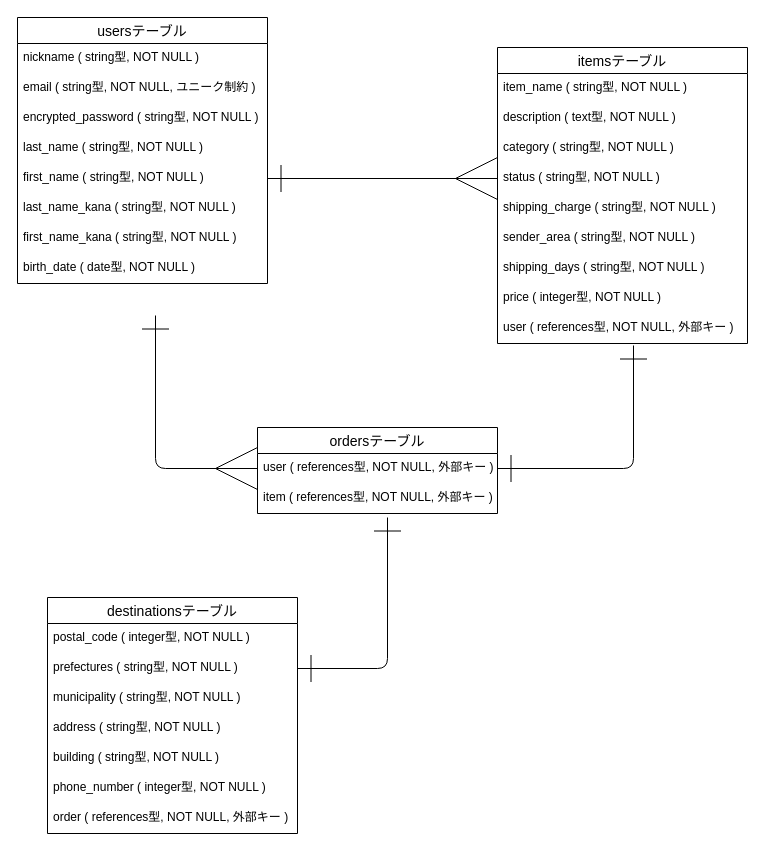
Earlier version of the draw.io diagram ER.dio (shero37/furima-38746). Source tidied: cells renumbered, new cells numbered last; positions are measured from the earlier drawing's top-left corner, leaving out a move shared by most shapes. Both pictures are drawn from the tidied source at 100%, with x=0, y=0 at pixel (17, 17).
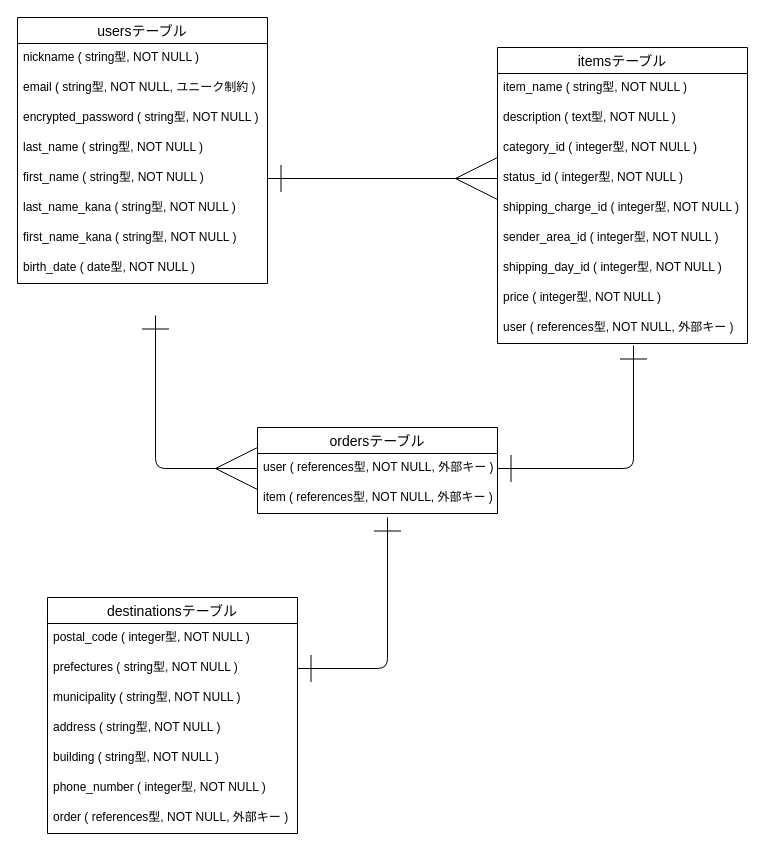
The same page after the edit.

Commit message (it also covers changes not shown here):
active_hashを使用するカラムの修正

The change refers to these unchanged cells:
```xml
<mxCell id="11" value="itemsテーブル" style="swimlane;fontStyle=0;horizontal=1;startSize=26;align=center;fontSize=14;swimlaneFillColor=default;" parent="1" vertex="1">
  <mxGeometry x="480" y="30" width="250" height="296" as="geometry" />
</mxCell>
```

What changed in the source:
```diff
@@
-    <mxCell id="14" value="category ( string型, NOT NULL )" style="text;strokeColor=none;fillColor=none;spacingLeft=4;spacingRight=4;overflow=hidden;fontSize=12;" parent="11" vertex="1">
+    <mxCell id="14" value="category_id ( integer型, NOT NULL )" style="text;strokeColor=none;fillColor=none;spacingLeft=4;spacingRight=4;overflow=hidden;fontSize=12;" parent="11" vertex="1">
       <mxGeometry y="86" width="250" height="30" as="geometry" />
     </mxCell>
-    <mxCell id="15" value="status ( string型, NOT NULL )" style="text;strokeColor=none;fillColor=none;spacingLeft=4;spacingRight=4;overflow=hidden;points=[[0,0.5],[1,0.5]];portConstraint=eastwest;fontSize=12;" parent="11" vertex="1">
+    <mxCell id="15" value="status_id ( integer型, NOT NULL )" style="text;strokeColor=none;fillColor=none;spacingLeft=4;spacingRight=4;overflow=hidden;points=[[0,0.5],[1,0.5]];portConstraint=eastwest;fontSize=12;" parent="11" vertex="1">
       <mxGeometry y="116" width="250" height="30" as="geometry" />
     </mxCell>
-    <mxCell id="16" value="shipping_charge ( string型, NOT NULL )" style="text;strokeColor=none;fillColor=none;spacingLeft=4;spacingRight=4;overflow=hidden;fontSize=12;" parent="11" vertex="1">
+    <mxCell id="16" value="shipping_charge_id ( integer型, NOT NULL )" style="text;strokeColor=none;fillColor=none;spacingLeft=4;spacingRight=4;overflow=hidden;fontSize=12;" parent="11" vertex="1">
       <mxGeometry y="146" width="250" height="30" as="geometry" />
     </mxCell>
-    <mxCell id="17" value="sender_area ( string型, NOT NULL )" style="text;strokeColor=none;fillColor=none;spacingLeft=4;spacingRight=4;overflow=hidden;fontSize=12;" parent="11" vertex="1">
+    <mxCell id="17" value="sender_area_id ( integer型, NOT NULL )" style="text;strokeColor=none;fillColor=none;spacingLeft=4;spacingRight=4;overflow=hidden;fontSize=12;" parent="11" vertex="1">
       <mxGeometry y="176" width="250" height="30" as="geometry" />
     </mxCell>
-    <mxCell id="18" value="shipping_days ( string型, NOT NULL )" style="text;strokeColor=none;fillColor=none;spacingLeft=4;spacingRight=4;overflow=hidden;fontSize=12;" parent="11" vertex="1">
+    <mxCell id="18" value="shipping_day_id ( integer型, NOT NULL )" style="text;strokeColor=none;fillColor=none;spacingLeft=4;spacingRight=4;overflow=hidden;fontSize=12;" parent="11" vertex="1">
       <mxGeometry y="206" width="250" height="30" as="geometry" />
     </mxCell>
```
